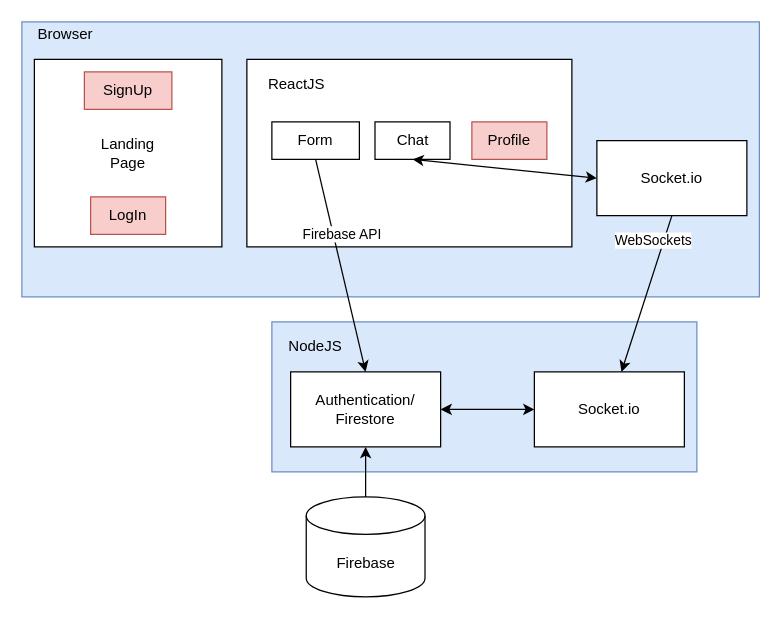
The draw.io diagram TheSADProject.drawio in AbirMazumder99/TheSADProject, before the edit. Source tidied: cells renumbered, new cells numbered last; positions are measured from the earlier drawing's top-left corner, leaving out a move shared by most shapes. Both pictures are drawn from the tidied source at 125%, with x=0, y=0 at pixel (21, 21).
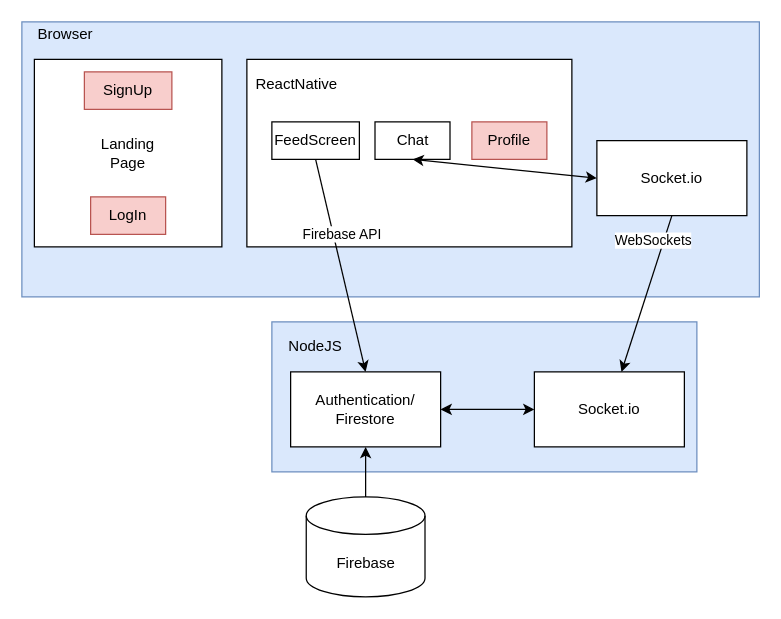
The same page after the edit.

Diff of the diagram source:
```diff
@@
-    <mxCell id="8" value="Form" style="rounded=0;whiteSpace=wrap;html=1;" parent="1" vertex="1">
+    <mxCell id="8" value="FeedScreen" style="rounded=0;whiteSpace=wrap;html=1;" parent="1" vertex="1">
       <mxGeometry x="200" y="80" width="70" height="30" as="geometry" />
     </mxCell>
-    <mxCell id="9" value="ReactJS" style="text;html=1;strokeColor=none;fillColor=none;align=center;verticalAlign=middle;whiteSpace=wrap;rounded=0;" parent="1" vertex="1">
+    <mxCell id="9" value="ReactNative" style="text;html=1;strokeColor=none;fillColor=none;align=center;verticalAlign=middle;whiteSpace=wrap;rounded=0;" parent="1" vertex="1">
       <mxGeometry x="200" y="40" width="40" height="20" as="geometry" />
     </mxCell>
```
